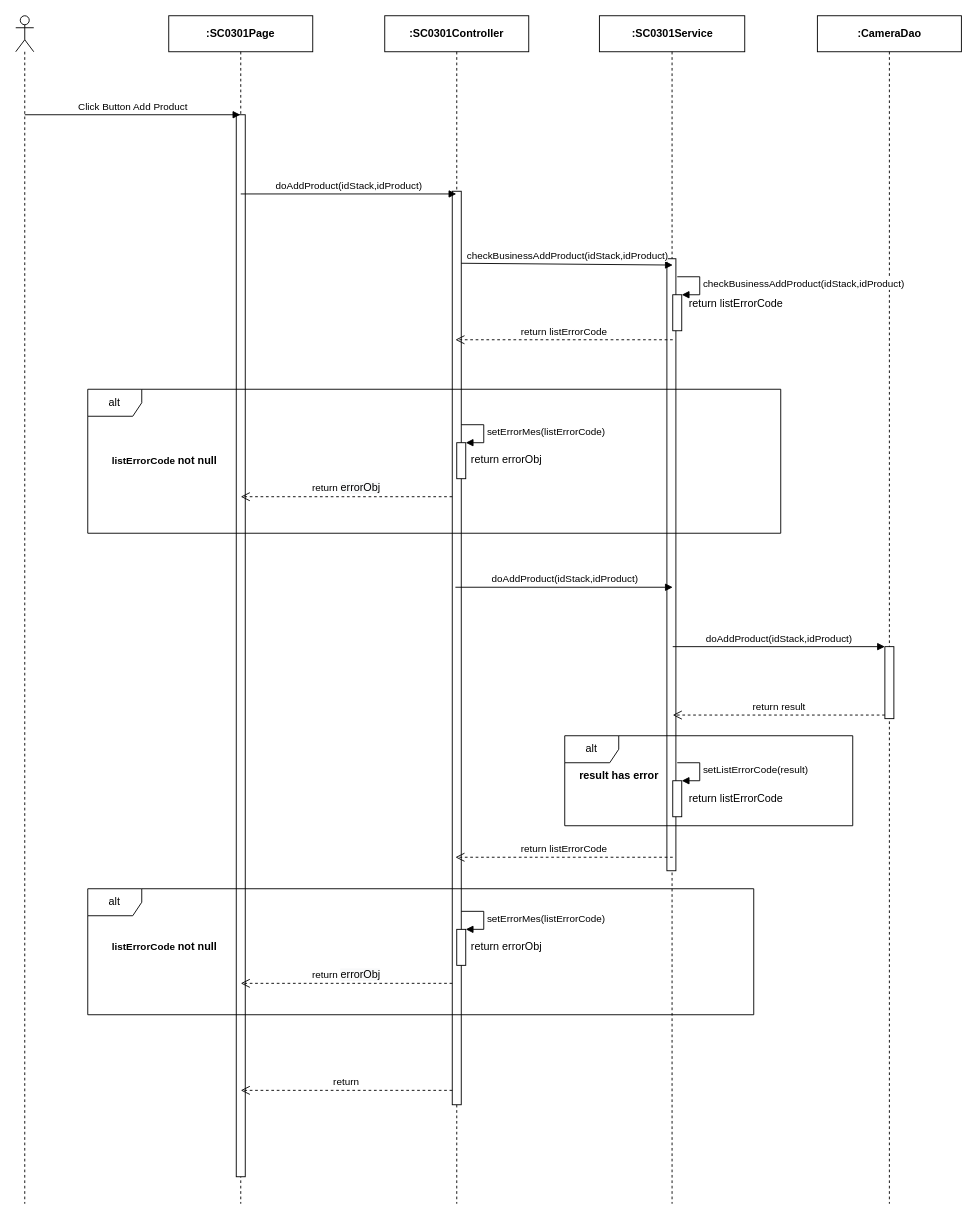
Above: page "Ev06" (6 of 10) of Users/LuanNM/SEQ Diagram Review/sc03/SC0301_StackDetail.drawio in luannmdev/CapstoneDocument (draw.io), before the change. Source tidied: cells renumbered, new cells numbered last; positions are measured from the earlier drawing's top-left corner, leaving out a move shared by most shapes. Both pictures are drawn from the tidied source at 90%, with x=0, y=0 at pixel (15, 15).
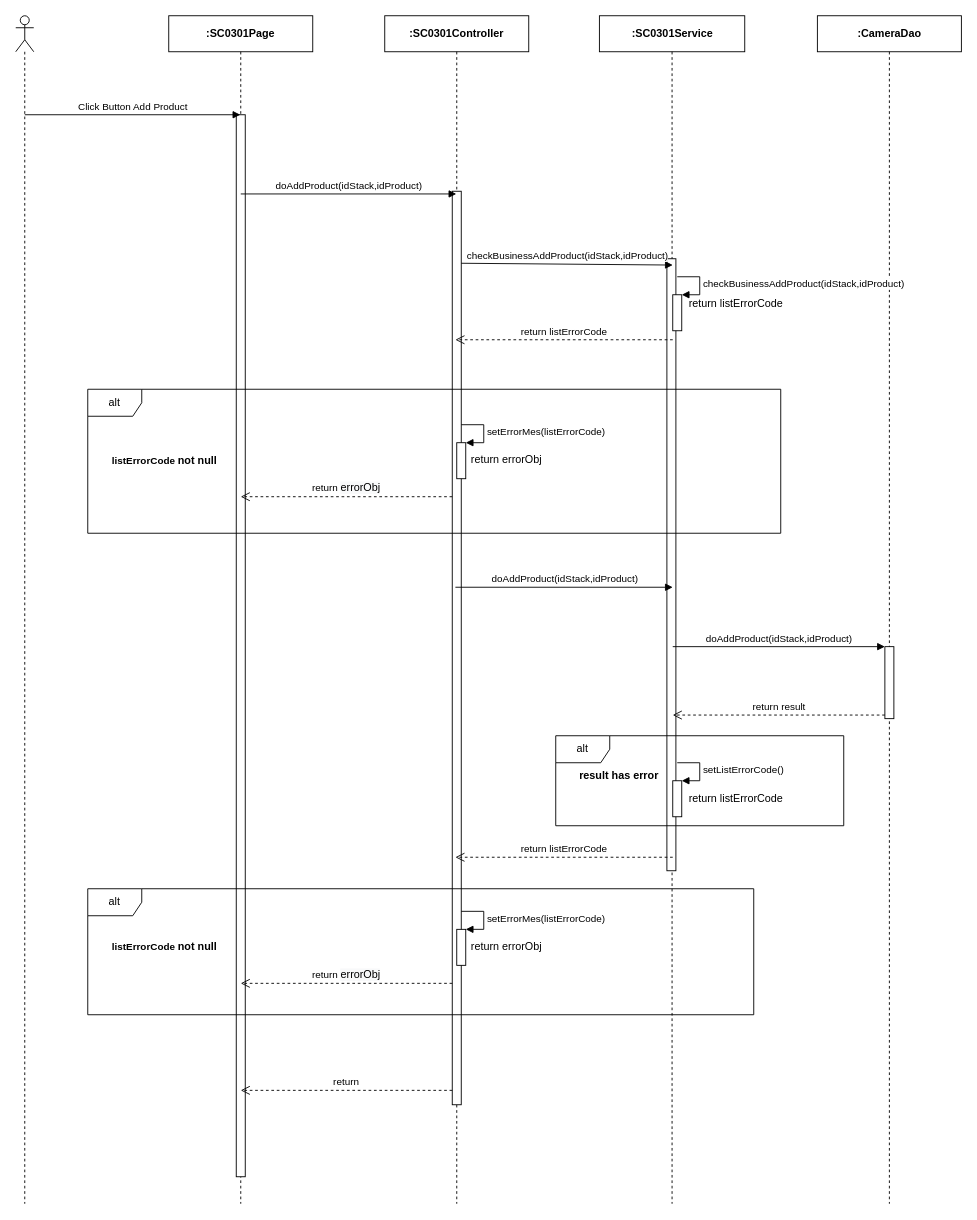
The same diagram, later.

The change refers to these unchanged cells:
```xml
<mxCell id="29" style="html=1;points=[];perimeter=orthogonalPerimeter;" parent="1" vertex="1">
  <mxGeometry x="730" y="850" width="10" height="40" as="geometry" />
</mxCell>
```

Change to the diagram source:
```diff
@@
-    <mxCell id="30" value="setListErrorCode(result)" style="edgeStyle=orthogonalEdgeStyle;html=1;align=left;spacingLeft=2;endArrow=block;rounded=0;entryX=1;entryY=0;" parent="1" edge="1" target="29">
+    <mxCell id="30" value="setListErrorCode()" style="edgeStyle=orthogonalEdgeStyle;html=1;align=left;spacingLeft=2;endArrow=block;rounded=0;entryX=1;entryY=0;" parent="1" edge="1" target="29">
       <mxGeometry relative="1" as="geometry">
         <mxPoint x="735" y="830" as="sourcePoint" />
         <Array as="points">
           <mxPoint x="760" y="830" />
         </Array>
       </mxGeometry>
     </mxCell>
@@
     <mxCell id="39" value="alt" style="shape=umlFrame;whiteSpace=wrap;html=1;" parent="1" vertex="1">
-      <mxGeometry x="610" y="800" width="320" height="100" as="geometry" />
+      <mxGeometry x="600" y="800" width="320" height="100" as="geometry" />
     </mxCell>
```
